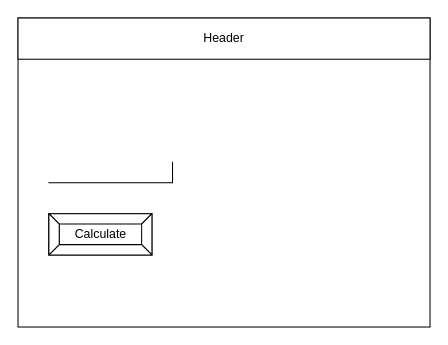
Before: design/story-board.drawio in Lucas-Tyman/ICS2O-Assignment-05-JS, a draw.io diagram. Source tidied: cells renumbered, new cells numbered last; positions are measured from the earlier drawing's top-left corner, leaving out a move shared by most shapes. Both pictures are drawn from the tidied source at 103%, with x=0, y=0 at pixel (18, 18).
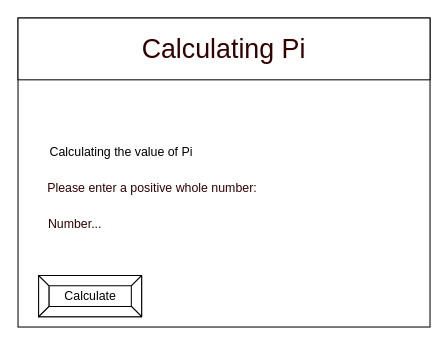
Above is the later version.

Change to the diagram source:
```diff
@@
 <mxGraphModel>
   <root>
     <mxCell id="0" />
     <mxCell id="1" parent="0" />
     <mxCell id="2" style="rounded=0;whiteSpace=wrap;html=1;" parent="1" vertex="1">
       <mxGeometry width="400" height="300" as="geometry" />
     </mxCell>
-    <mxCell id="3" value="Header" style="rounded=0;whiteSpace=wrap;html=1;" parent="1" vertex="1">
-      <mxGeometry width="400" height="40" as="geometry" />
-    </mxCell>
-    <mxCell id="4" style="shape=partialRectangle;whiteSpace=wrap;html=1;top=0;left=0;fillColor=none;" parent="1" vertex="1">
-      <mxGeometry x="30" y="140" width="120" height="20" as="geometry" />
-    </mxCell>
     <mxCell id="5" value="Calculate" style="labelPosition=center;verticalLabelPosition=middle;align=center;html=1;shape=mxgraph.basic.button;dx=10;" parent="1" vertex="1">
-      <mxGeometry x="30" y="190" width="100" height="40" as="geometry" />
+      <mxGeometry x="20" y="250" width="100" height="40" as="geometry" />
     </mxCell>
+    <mxCell id="6" value="Calculating the value of Pi" style="text;html=1;align=center;verticalAlign=middle;strokeColor=none;fillColor=none;" parent="1" vertex="1">
+      <mxGeometry x="20" y="120" width="160" height="20" as="geometry" />
+    </mxCell>
+    <mxCell id="7" value="&lt;font style=&quot;font-size: 26px&quot;&gt;Calculating Pi&lt;/font&gt;" style="whiteSpace=wrap;html=1;labelBackgroundColor=none;fontColor=#330000;" parent="1" vertex="1">
+      <mxGeometry width="400" height="60" as="geometry" />
+    </mxCell>
+    <mxCell id="8" value="&lt;font style=&quot;font-size: 12px&quot;&gt;Please enter a positive whole number:&lt;/font&gt;" style="text;html=1;align=center;verticalAlign=middle;strokeColor=none;fillColor=none;fontSize=26;fontColor=#330000;" parent="1" vertex="1">
+      <mxGeometry x="20" y="140" width="220" height="40" as="geometry" />
+    </mxCell>
+    <mxCell id="9" value="Number..." style="text;html=1;align=center;verticalAlign=middle;strokeColor=none;fillColor=none;fontSize=12;fontColor=#330000;" parent="1" vertex="1">
+      <mxGeometry x="20" y="190" width="70" height="20" as="geometry" />
+    </mxCell>
   </root>
 </mxGraphModel>
```
